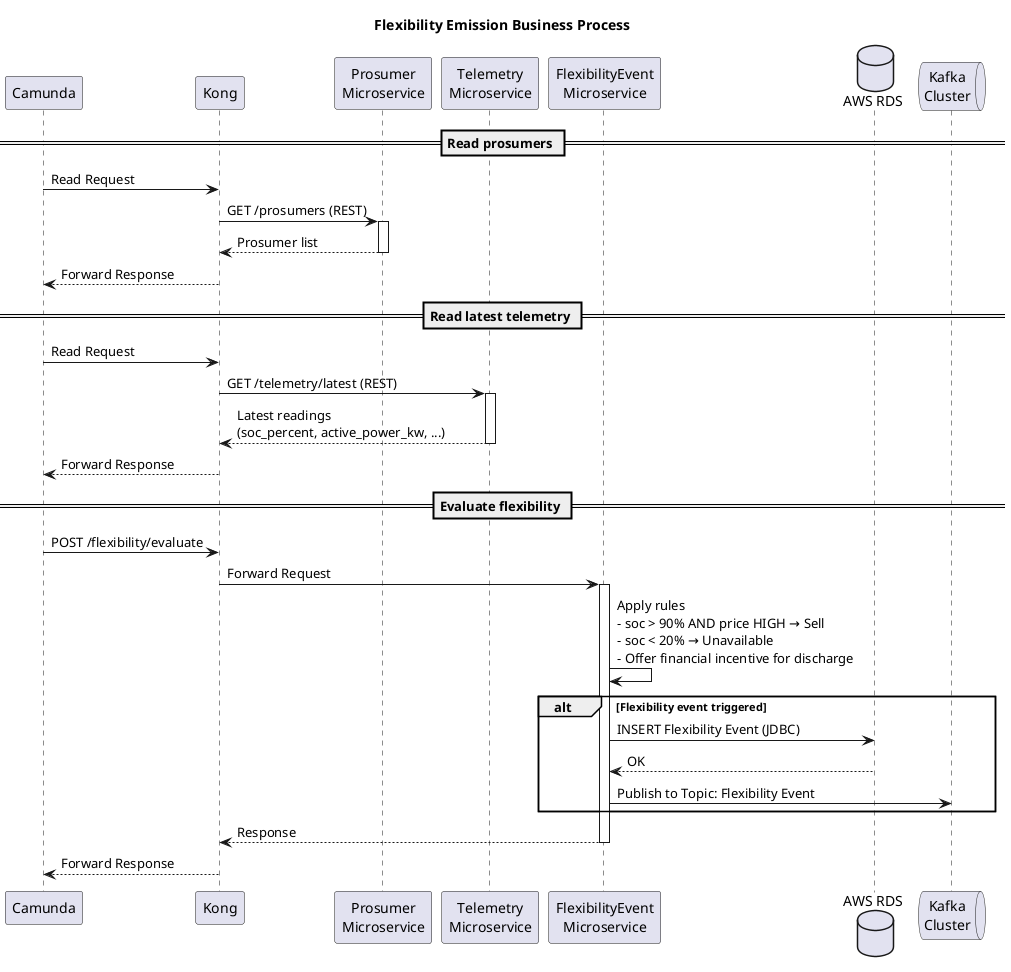
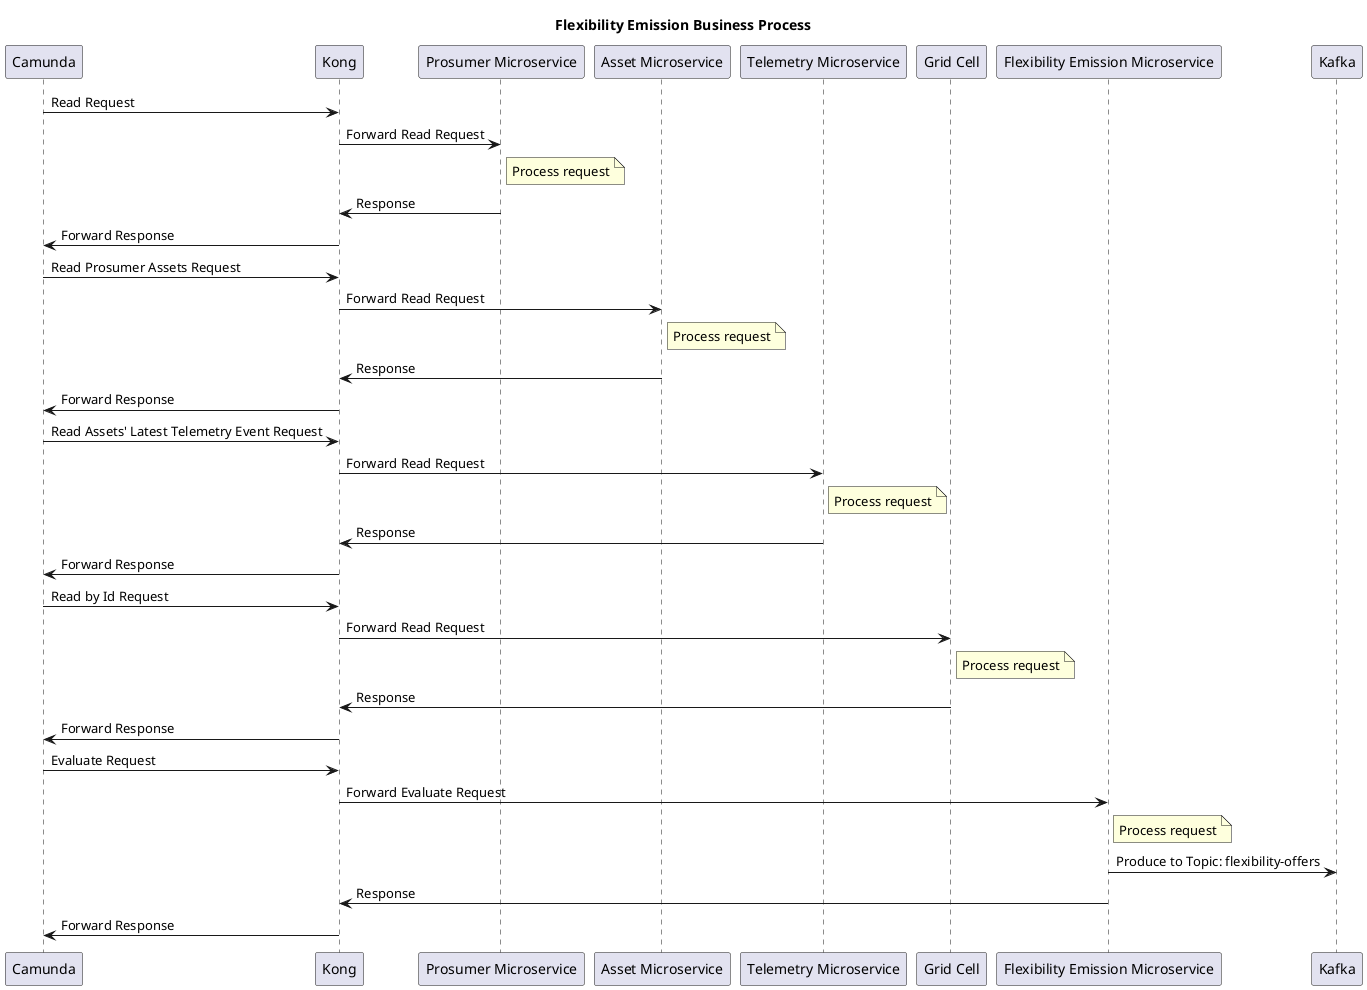
- @startuml Flexibility Emission Business Process
+ @startuml FlexibilityEmission
title Flexibility Emission Business Process

- participant "Camunda" as C
- participant "Kong" as K
- participant "Prosumer\nMicroservice" as P
- participant "Telemetry\nMicroservice" as T
- participant "FlexibilityEvent\nMicroservice" as F
- database "AWS RDS" as DB
- queue "Kafka\nCluster" as KF
+ participant Camunda
+ participant Kong
+ participant "Prosumer Microservice" as Pros
+ participant "Asset Microservice" as Asset
+ participant "Telemetry Microservice" as Tel
+ participant "Grid Cell" as GC
+ participant "Flexibility Emission Microservice" as Flex
+ participant Kafka

- == Read prosumers ==
- C -> K : Read Request
- K -> P : GET /prosumers (REST)
- activate P
- P --> K : Prosumer list
- deactivate P
- K --> C : Forward Response
+ Camunda -> Kong : Read Request
+ Kong -> Pros : Forward Read Request
+ note right of Pros : Process request
+ Pros -> Kong : Response
+ Kong -> Camunda : Forward Response

- == Read latest telemetry ==
- C -> K : Read Request
- K -> T : GET /telemetry/latest (REST)
- activate T
- T --> K : Latest readings\n(soc_percent, active_power_kw, ...)
- deactivate T
- K --> C : Forward Response
+ Camunda -> Kong : Read Prosumer Assets Request
+ Kong -> Asset : Forward Read Request
+ note right of Asset : Process request
+ Asset -> Kong : Response
+ Kong -> Camunda : Forward Response

- == Evaluate flexibility ==
- C -> K : POST /flexibility/evaluate
- K -> F : Forward Request
- activate F
- F -> F : Apply rules\n- soc > 90% AND price HIGH → Sell\n- soc < 20% → Unavailable\n- Offer financial incentive for discharge
+ Camunda -> Kong : Read Assets' Latest Telemetry Event Request
+ Kong -> Tel : Forward Read Request
+ note right of Tel : Process request
+ Tel -> Kong : Response
+ Kong -> Camunda : Forward Response

- alt Flexibility event triggered
-   F -> DB : INSERT Flexibility Event (JDBC)
-   DB --> F : OK
-   F -> KF : Publish to Topic: Flexibility Event
- end
+ Camunda -> Kong : Read by Id Request
+ Kong -> GC : Forward Read Request
+ note right of GC : Process request
+ GC -> Kong : Response
+ Kong -> Camunda : Forward Response

- F --> K : Response
- deactivate F
- K --> C : Forward Response
- 
- @enduml
+ Camunda -> Kong : Evaluate Request
+ Kong -> Flex : Forward Evaluate Request
+ note right of Flex : Process request
+ Flex -> Kafka : Produce to Topic: flexibility-offers
+ Flex -> Kong : Response
+ Kong -> Camunda : Forward Response
+ @enduml